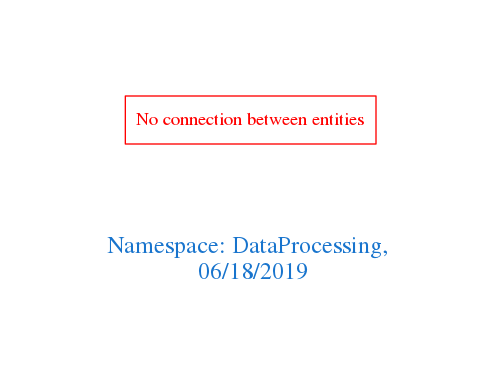
The Graphviz diagram downloads/DataProcessing.png in arago/OGIT, before a commit. Its source is kept beside it as downloads/DataProcessing.dot.
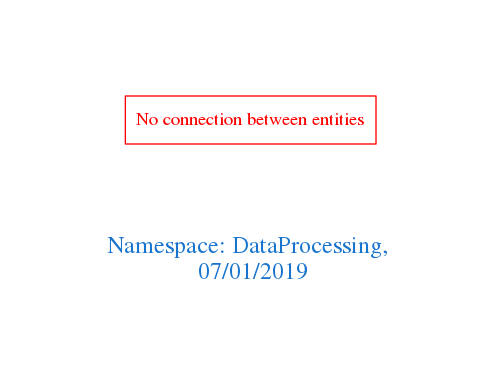
Later version of the same file.

Diff of the diagram source:
```diff
@@ -1,7 +1,7 @@
 digraph OGIT_ontology {
  graph [ rankdir= LR,pad=1
 fontsize = 18,
-fontcolor= dodgerblue3,label = "\n\n\nNamespace: DataProcessing, \n 06/18/2019"];
+fontcolor= dodgerblue3,label = "\n\n\nNamespace: DataProcessing, \n 07/01/2019"];
 node[shape=polygon];
 edge [  color="gray81"];
 
```
